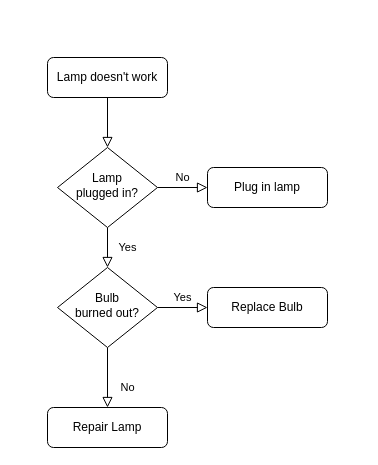
The draw.io diagram Untitled Diagram.drawio in jioooo20/gudang-supermarket, before the edit. Source tidied: cells renumbered, new cells numbered last; positions are measured from the earlier drawing's top-left corner, leaving out a move shared by most shapes. Both pictures are drawn from the tidied source at 100%, with x=0, y=0 at pixel (47, 57).
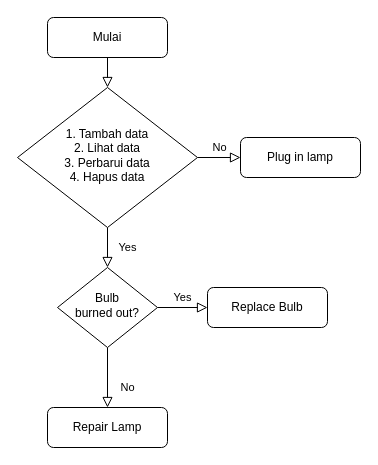
After the change.

What changed in the source:
```diff
@@
 <mxGraphModel>
   <root>
     <mxCell id="0" />
     <mxCell id="1" parent="0" />
     <mxCell id="2" style="rounded=0;html=1;jettySize=auto;fontSize=11;endArrow=block;endFill=0;endSize=8;strokeWidth=1;shadow=0;labelBackgroundColor=none;edgeStyle=orthogonalEdgeStyle;" parent="1" edge="1" source="3" target="6">
       <mxGeometry relative="1" as="geometry" />
     </mxCell>
-    <mxCell id="3" value="Lamp doesn't work" style="rounded=1;whiteSpace=wrap;html=1;fontSize=12;glass=0;strokeWidth=1;shadow=0;" parent="1" vertex="1">
-      <mxGeometry width="120" height="40" as="geometry" />
+    <mxCell id="3" value="Mulai" style="rounded=1;whiteSpace=wrap;html=1;fontSize=12;glass=0;strokeWidth=1;shadow=0;" parent="1" vertex="1">
+      <mxGeometry y="-40" width="120" height="40" as="geometry" />
     </mxCell>
     <mxCell id="4" value="Yes" style="rounded=0;html=1;jettySize=auto;fontSize=11;endArrow=block;endFill=0;endSize=8;strokeWidth=1;shadow=0;labelBackgroundColor=none;edgeStyle=orthogonalEdgeStyle;" parent="1" edge="1" source="6" target="10">
       <mxGeometry y="20" relative="1" as="geometry" />
     </mxCell>
     <mxCell id="5" value="No" style="edgeStyle=orthogonalEdgeStyle;rounded=0;html=1;jettySize=auto;fontSize=11;endArrow=block;endFill=0;endSize=8;strokeWidth=1;shadow=0;labelBackgroundColor=none;" parent="1" edge="1" source="6" target="7">
       <mxGeometry y="10" relative="1" as="geometry" />
     </mxCell>
-    <mxCell id="6" value="Lamp&lt;br&gt;plugged in?" style="rhombus;whiteSpace=wrap;html=1;shadow=0;fontFamily=Helvetica;fontSize=12;align=center;strokeWidth=1;spacing=6;spacingTop=-4;" parent="1" vertex="1">
-      <mxGeometry x="10" y="90" width="100" height="80" as="geometry" />
+    <mxCell id="6" value="1. Tambah data&lt;br&gt;2. Lihat data&lt;br&gt;3. Perbarui data&lt;br&gt;4. Hapus data" style="rhombus;whiteSpace=wrap;html=1;shadow=0;fontFamily=Helvetica;fontSize=12;align=center;strokeWidth=1;spacing=6;spacingTop=-4;" parent="1" vertex="1">
+      <mxGeometry x="-30" y="30" width="180" height="140" as="geometry" />
     </mxCell>
     <mxCell id="7" value="Plug in lamp" style="rounded=1;whiteSpace=wrap;html=1;fontSize=12;glass=0;strokeWidth=1;shadow=0;" parent="1" vertex="1">
-      <mxGeometry x="160" y="110" width="120" height="40" as="geometry" />
+      <mxGeometry x="193" y="80" width="120" height="40" as="geometry" />
     </mxCell>
     <mxCell id="8" value="No" style="rounded=0;html=1;jettySize=auto;fontSize=11;endArrow=block;endFill=0;endSize=8;strokeWidth=1;shadow=0;labelBackgroundColor=none;edgeStyle=orthogonalEdgeStyle;" parent="1" edge="1" source="10" target="11">
       <mxGeometry x="0.33" y="20" relative="1" as="geometry" />
     </mxCell>
     <mxCell id="9" value="Yes" style="edgeStyle=orthogonalEdgeStyle;rounded=0;html=1;jettySize=auto;fontSize=11;endArrow=block;endFill=0;endSize=8;strokeWidth=1;shadow=0;labelBackgroundColor=none;" parent="1" edge="1" source="10" target="12">
       <mxGeometry y="10" relative="1" as="geometry" />
     </mxCell>
     <mxCell id="10" value="Bulb&lt;br&gt;burned out?" style="rhombus;whiteSpace=wrap;html=1;shadow=0;fontFamily=Helvetica;fontSize=12;align=center;strokeWidth=1;spacing=6;spacingTop=-4;" parent="1" vertex="1">
       <mxGeometry x="10" y="210" width="100" height="80" as="geometry" />
     </mxCell>
     <mxCell id="11" value="Repair Lamp" style="rounded=1;whiteSpace=wrap;html=1;fontSize=12;glass=0;strokeWidth=1;shadow=0;" parent="1" vertex="1">
       <mxGeometry y="350" width="120" height="40" as="geometry" />
     </mxCell>
     <mxCell id="12" value="Replace Bulb" style="rounded=1;whiteSpace=wrap;html=1;fontSize=12;glass=0;strokeWidth=1;shadow=0;" parent="1" vertex="1">
       <mxGeometry x="160" y="230" width="120" height="40" as="geometry" />
     </mxCell>
   </root>
 </mxGraphModel>
```
